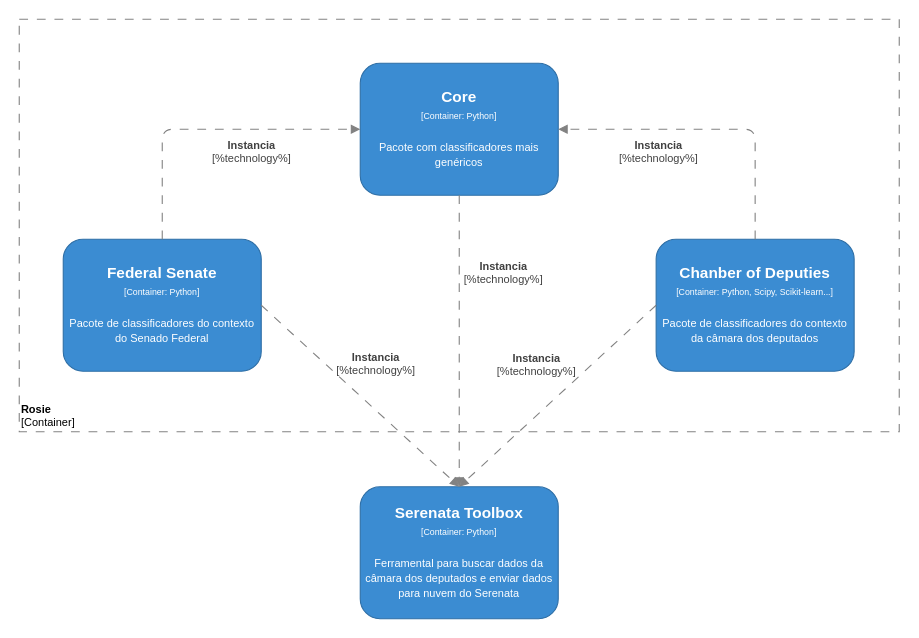
Earlier version of the draw.io diagram page "Componentes da Rosie" (2 of 5) of content/posts/serenata-de-amor/diagramas.drawio (joaoarthurbm/arqsoft-blog). Source tidied: cells renumbered, new cells numbered last; positions are measured from the earlier drawing's top-left corner, leaving out a move shared by most shapes. Both pictures are drawn from the tidied source at 110%, with x=0, y=0 at pixel (19, 19).
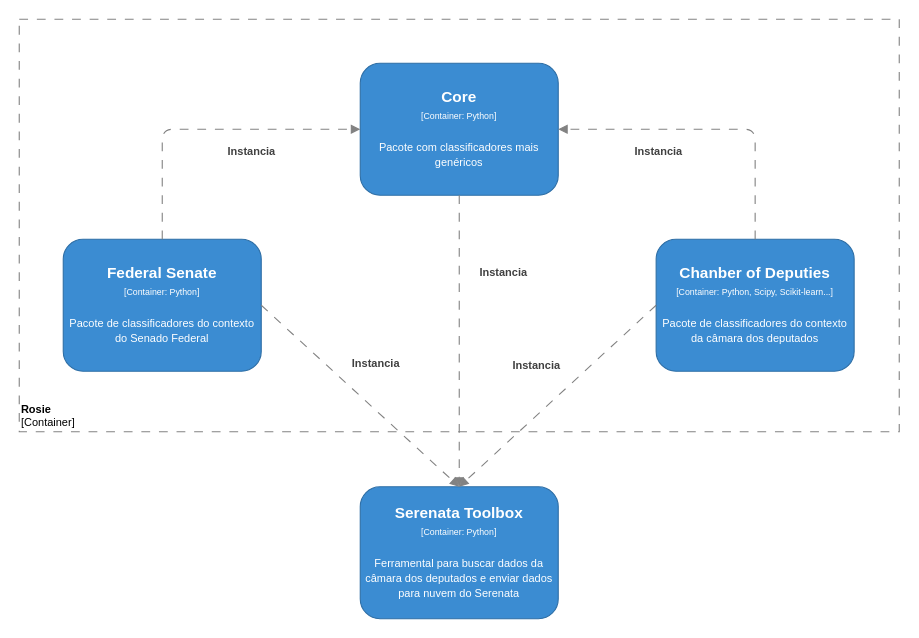
The same page after the edit.

Unchanged cells that the change refers to:
```xml
<object id="3" label="&lt;div&gt;&lt;span style=&quot;font-size: 14px&quot;&gt;&lt;b&gt;%name%&lt;/b&gt;&lt;/span&gt;&lt;/div&gt;&lt;div&gt;&lt;span style=&quot;font-size: 8px&quot;&gt;[Container: %technology%]&lt;/span&gt;&lt;/div&gt;&lt;div&gt;&lt;span style=&quot;font-size: 8px&quot;&gt;&lt;br&gt;&lt;/span&gt;&lt;/div&gt;&lt;div&gt;&lt;font size=&quot;1&quot;&gt;%description%&lt;/font&gt;&lt;/div&gt;" description="Ferramental para buscar dados da câmara dos deputados e enviar dados para nuvem do Serenata" name="Serenata Toolbox" placeholders="1" technology="Python">
  <mxCell style="rounded=1;whiteSpace=wrap;html=1;fillColor=#3B8CD2;fontColor=#FFFFFF;strokeColor=#2F6FA6;" parent="1" vertex="1">
    <mxGeometry x="310" y="425" width="180" height="120" as="geometry" />
  </mxCell>
</object>
<object id="4" label="&lt;div&gt;&lt;span style=&quot;font-size: 14px&quot;&gt;&lt;b&gt;%name%&lt;/b&gt;&lt;/span&gt;&lt;/div&gt;&lt;div&gt;&lt;span style=&quot;font-size: 8px&quot;&gt;[Container: %technology%]&lt;/span&gt;&lt;/div&gt;&lt;div&gt;&lt;span style=&quot;font-size: 8px&quot;&gt;&lt;br&gt;&lt;/span&gt;&lt;/div&gt;&lt;div&gt;&lt;font size=&quot;1&quot;&gt;%description%&lt;/font&gt;&lt;/div&gt;" description="Pacote com classificadores mais genéricos" name="Core" placeholders="1" technology="Python">
  <mxCell style="rounded=1;whiteSpace=wrap;html=1;fillColor=#3B8CD2;fontColor=#FFFFFF;strokeColor=#2F6FA6;" parent="1" vertex="1">
    <mxGeometry x="310" y="40" width="180" height="120" as="geometry" />
  </mxCell>
</object>
<object id="5" label="&lt;div&gt;&lt;span style=&quot;font-size: 14px&quot;&gt;&lt;b&gt;%name%&lt;/b&gt;&lt;/span&gt;&lt;/div&gt;&lt;div&gt;&lt;span style=&quot;font-size: 8px&quot;&gt;[Container: %technology%]&lt;/span&gt;&lt;/div&gt;&lt;div&gt;&lt;span style=&quot;font-size: 8px&quot;&gt;&lt;br&gt;&lt;/span&gt;&lt;/div&gt;&lt;div&gt;&lt;font size=&quot;1&quot;&gt;%description%&lt;/font&gt;&lt;/div&gt;" description="Pacote de classificadores do contexto da câmara dos deputados" name="Chanber of Deputies" placeholders="1" technology="Python, Scipy, Scikit-learn...">
  <mxCell style="rounded=1;whiteSpace=wrap;html=1;fillColor=#3B8CD2;fontColor=#FFFFFF;strokeColor=#2F6FA6;" parent="1" vertex="1">
    <mxGeometry x="579" y="200" width="180" height="120" as="geometry" />
  </mxCell>
</object>
<object id="6" label="&lt;div&gt;&lt;span style=&quot;font-size: 14px&quot;&gt;&lt;b&gt;%name%&lt;/b&gt;&lt;/span&gt;&lt;/div&gt;&lt;div&gt;&lt;span style=&quot;font-size: 8px&quot;&gt;[Container: %technology%]&lt;/span&gt;&lt;/div&gt;&lt;div&gt;&lt;span style=&quot;font-size: 8px&quot;&gt;&lt;br&gt;&lt;/span&gt;&lt;/div&gt;&lt;div&gt;&lt;font size=&quot;1&quot;&gt;%description%&lt;/font&gt;&lt;/div&gt;" description="Pacote de classificadores do contexto do Senado Federal" name="Federal Senate" placeholders="1" technology="Python">
  <mxCell style="rounded=1;whiteSpace=wrap;html=1;fillColor=#3B8CD2;fontColor=#FFFFFF;strokeColor=#2F6FA6;" parent="1" vertex="1">
    <mxGeometry x="40" y="200" width="180" height="120" as="geometry" />
  </mxCell>
</object>
```

The edit, as a diff of the source:
```diff
@@
-    <object id="7" label="&lt;b&gt;%name%&lt;/b&gt;&lt;br style=&quot;font-size: 10px&quot;&gt;[%technology%]" name="Instancia" placeholders="1">
+    <object id="7" label="&lt;b&gt;%name%&lt;/b&gt;" name="Instancia" placeholders="1">
       <mxCell style="endArrow=block;html=1;fontSize=10;fontColor=#404040;strokeWidth=1;endFill=1;dashed=1;dashPattern=8 8;strokeColor=#828282;elbow=vertical;labelBackgroundColor=none;entryX=0;entryY=0.5;entryDx=0;entryDy=0;exitX=0.5;exitY=0;exitDx=0;exitDy=0;" parent="1" edge="1" source="6" target="4">
         <mxGeometry x="0.29" y="-20" relative="1" as="geometry">
           <Array as="points">
             <mxPoint x="130" y="100" />
           </Array>
         </mxGeometry>
       </mxCell>
     </object>
-    <object id="8" label="&lt;b&gt;%name%&lt;/b&gt;&lt;br style=&quot;font-size: 10px&quot;&gt;[%technology%]" name="Instancia" placeholders="1">
+    <object id="8" label="&lt;b&gt;%name%&lt;/b&gt;" name="Instancia" placeholders="1">
       <mxCell style="endArrow=block;html=1;fontSize=10;fontColor=#404040;strokeWidth=1;endFill=1;dashed=1;dashPattern=8 8;strokeColor=#828282;elbow=vertical;labelBackgroundColor=none;entryX=1;entryY=0.5;entryDx=0;entryDy=0;exitX=0.5;exitY=0;exitDx=0;exitDy=0;" parent="1" edge="1" source="5" target="4">
         <mxGeometry x="0.35" y="20" relative="1" as="geometry">
           <Array as="points">
             <mxPoint x="669" y="100" />
           </Array>
         </mxGeometry>
       </mxCell>
     </object>
-    <object id="9" label="&lt;b&gt;%name%&lt;/b&gt;&lt;br style=&quot;font-size: 10px&quot;&gt;[%technology%]" name="Instancia" placeholders="1">
+    <object id="9" label="&lt;b&gt;%name%&lt;/b&gt;" name="Instancia" placeholders="1">
       <mxCell style="endArrow=block;html=1;fontSize=10;fontColor=#404040;strokeWidth=1;endFill=1;dashed=1;dashPattern=8 8;strokeColor=#828282;elbow=vertical;labelBackgroundColor=none;entryX=0.5;entryY=0;entryDx=0;entryDy=0;exitX=0;exitY=0.5;exitDx=0;exitDy=0;" parent="1" edge="1" source="5" target="3">
         <mxGeometry x="-0.05" y="-33" relative="1" as="geometry">
           <mxPoint x="-1" as="offset" />
         </mxGeometry>
       </mxCell>
     </object>
-    <object id="10" label="&lt;b&gt;%name%&lt;/b&gt;&lt;br style=&quot;font-size: 10px&quot;&gt;[%technology%]" name="Instancia" placeholders="1">
+    <object id="10" label="&lt;b&gt;%name%&lt;/b&gt;" name="Instancia" placeholders="1">
       <mxCell style="endArrow=block;html=1;fontSize=10;fontColor=#404040;strokeWidth=1;endFill=1;dashed=1;dashPattern=8 8;strokeColor=#828282;elbow=vertical;labelBackgroundColor=none;entryX=0.5;entryY=0;entryDx=0;entryDy=0;exitX=0.5;exitY=1;exitDx=0;exitDy=0;" parent="1" edge="1" source="4" target="3">
         <mxGeometry x="-0.47" y="40" relative="1" as="geometry" />
       </mxCell>
     </object>
-    <object id="11" label="&lt;b&gt;%name%&lt;/b&gt;&lt;br style=&quot;font-size: 10px&quot;&gt;[%technology%]" name="Instancia" placeholders="1">
+    <object id="11" label="&lt;b&gt;%name%&lt;/b&gt;" name="Instancia" placeholders="1">
       <mxCell style="endArrow=block;html=1;fontSize=10;fontColor=#404040;strokeWidth=1;endFill=1;dashed=1;dashPattern=8 8;strokeColor=#828282;elbow=vertical;labelBackgroundColor=none;entryX=0.5;entryY=0;entryDx=0;entryDy=0;exitX=1;exitY=0.5;exitDx=0;exitDy=0;" parent="1" edge="1" source="6" target="3">
         <mxGeometry x="-0.08" y="31" relative="1" as="geometry" />
       </mxCell>
     </object>
```
